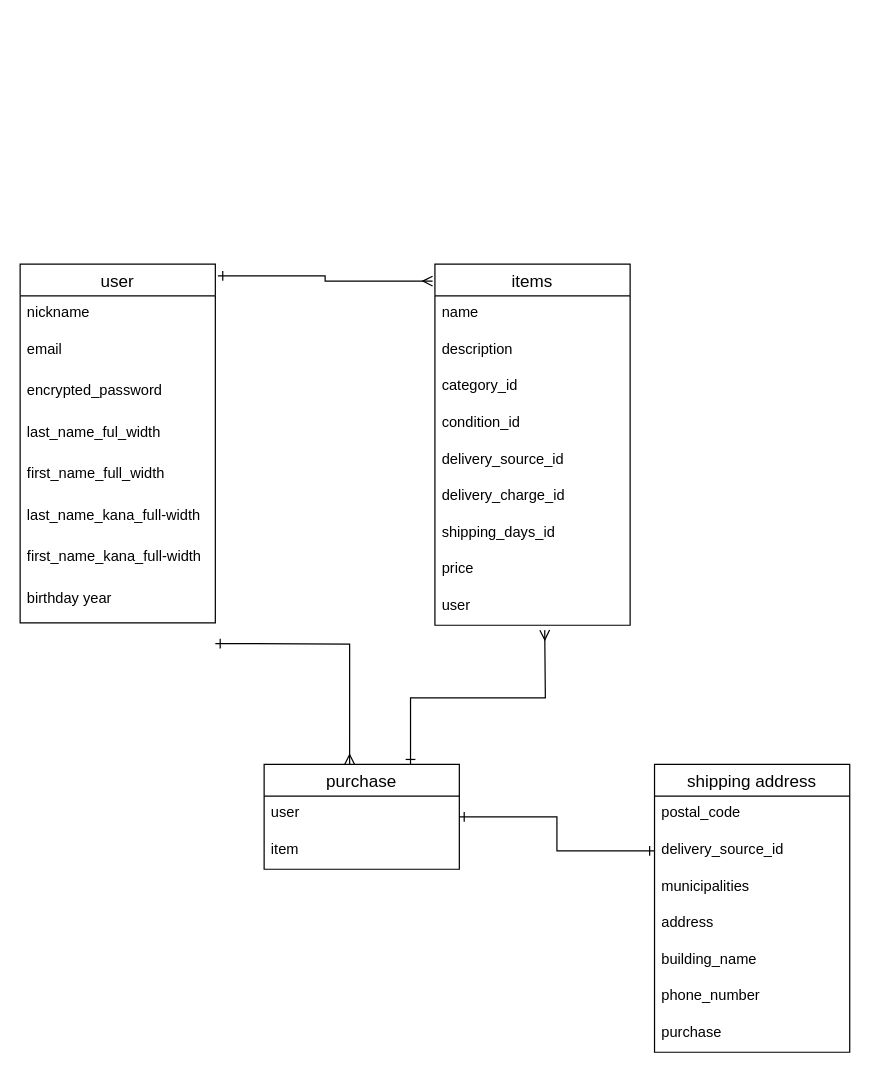
The draw.io diagram furima.dio in yuudai13/furima-35961, before the edit. Source tidied: cells renumbered, new cells numbered last; positions are measured from the earlier drawing's top-left corner, leaving out a move shared by most shapes. Both pictures are drawn from the tidied source at 122%, with x=0, y=0 at pixel (20, 264).
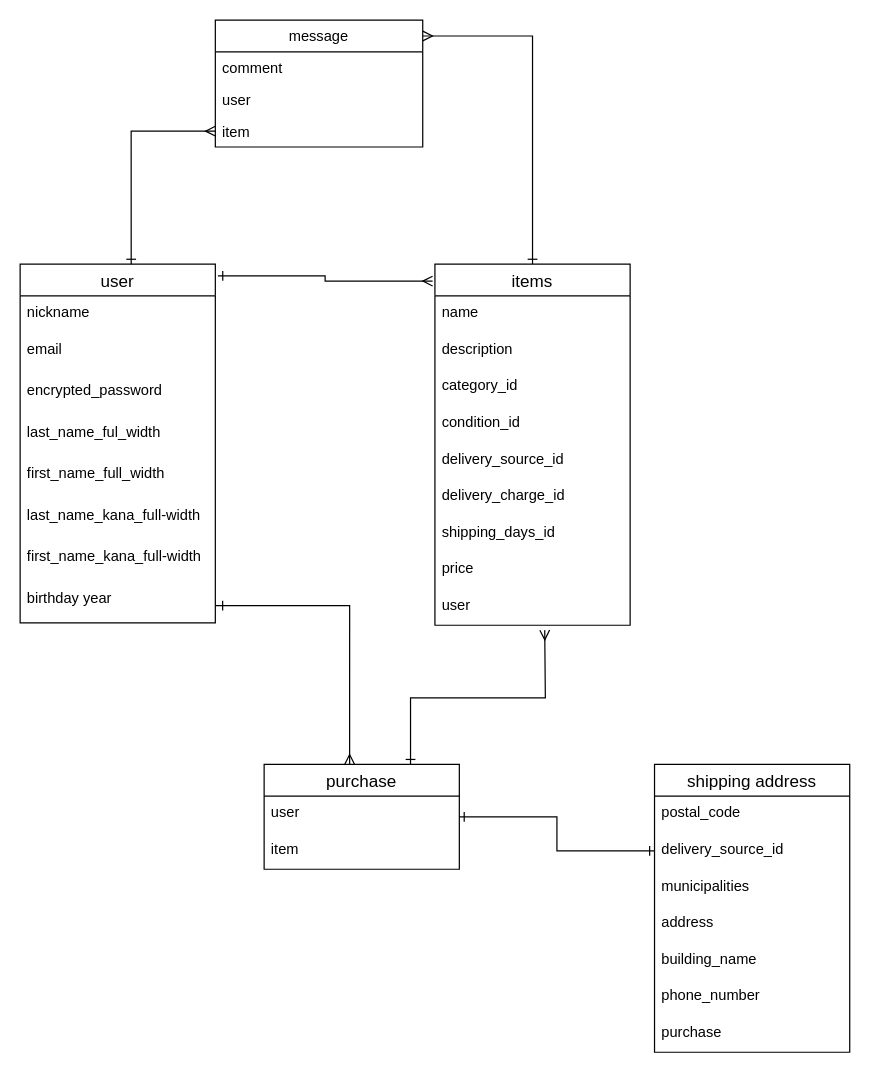
Above is the later version.

Unchanged cells that the change refers to:
```xml
<mxCell id="2" value="user" style="swimlane;fontStyle=0;horizontal=1;startSize=26;align=center;fontSize=14;" parent="1" vertex="1">
  <mxGeometry width="160" height="294" as="geometry" />
</mxCell>
<mxCell id="11" value="items" style="swimlane;fontStyle=0;horizontal=1;startSize=26;align=center;fontSize=14;" parent="1" vertex="1">
  <mxGeometry x="340" width="160" height="296" as="geometry" />
</mxCell>
<mxCell id="23" value="purchase" style="swimlane;fontStyle=0;horizontal=1;startSize=26;align=center;fontSize=14;" parent="1" vertex="1">
  <mxGeometry x="200" y="410" width="160" height="86" as="geometry" />
</mxCell>
```

Diff of the diagram source:
```diff
@@
+    <mxCell id="36" style="edgeStyle=orthogonalEdgeStyle;rounded=0;jettySize=auto;html=1;exitX=0.5;exitY=0;exitDx=0;exitDy=0;entryX=1;entryY=0.125;entryDx=0;entryDy=0;entryPerimeter=0;startArrow=ERone;startFill=0;endArrow=ERmany;endFill=0;" parent="1" edge="1" source="11" target="37">
+      <mxGeometry relative="1" as="geometry" />
+    </mxCell>
@@
     <mxCell id="27" style="edgeStyle=orthogonalEdgeStyle;rounded=0;jettySize=auto;html=1;startArrow=ERone;startFill=0;endArrow=ERmany;endFill=0;entryX=0.438;entryY=0;entryDx=0;entryDy=0;entryPerimeter=0;" parent="1" edge="1" target="23">
       <mxGeometry relative="1" as="geometry">
-        <mxPoint x="160" y="311" as="sourcePoint" />
+        <mxPoint x="170" y="280" as="sourcePoint" />
+        <Array as="points">
+          <mxPoint x="160" y="280" />
+          <mxPoint x="270" y="280" />
+        </Array>
       </mxGeometry>
     </mxCell>
@@
+    <mxCell id="37" value="message" style="swimlane;fontStyle=0;horizontal=1;startSize=26;fillColor=none;" parent="1" vertex="1">
+      <mxGeometry x="160" y="-200" width="170" height="104" as="geometry" />
+    </mxCell>
+    <mxCell id="38" value="comment" style="text;strokeColor=none;fillColor=none;align=left;verticalAlign=top;spacingLeft=4;spacingRight=4;overflow=hidden;" parent="37" vertex="1">
+      <mxGeometry y="26" width="170" height="26" as="geometry" />
+    </mxCell>
+    <mxCell id="39" value="user" style="text;strokeColor=none;fillColor=none;align=left;verticalAlign=top;spacingLeft=4;spacingRight=4;overflow=hidden;" parent="37" vertex="1">
+      <mxGeometry y="52" width="170" height="26" as="geometry" />
+    </mxCell>
+    <mxCell id="40" value="item" style="text;strokeColor=none;fillColor=none;align=left;verticalAlign=top;spacingLeft=4;spacingRight=4;overflow=hidden;points=[[0,0.5],[1,0.5]];portConstraint=eastwest;" parent="37" vertex="1">
+      <mxGeometry y="78" width="170" height="26" as="geometry" />
+    </mxCell>
+    <mxCell id="41" style="edgeStyle=orthogonalEdgeStyle;rounded=0;jettySize=auto;html=1;exitX=0;exitY=0.5;exitDx=0;exitDy=0;entryX=0.569;entryY=0;entryDx=0;entryDy=0;entryPerimeter=0;endArrow=ERone;endFill=0;startArrow=ERmany;startFill=0;" parent="1" edge="1" source="40" target="2">
+      <mxGeometry relative="1" as="geometry" />
+    </mxCell>
```
